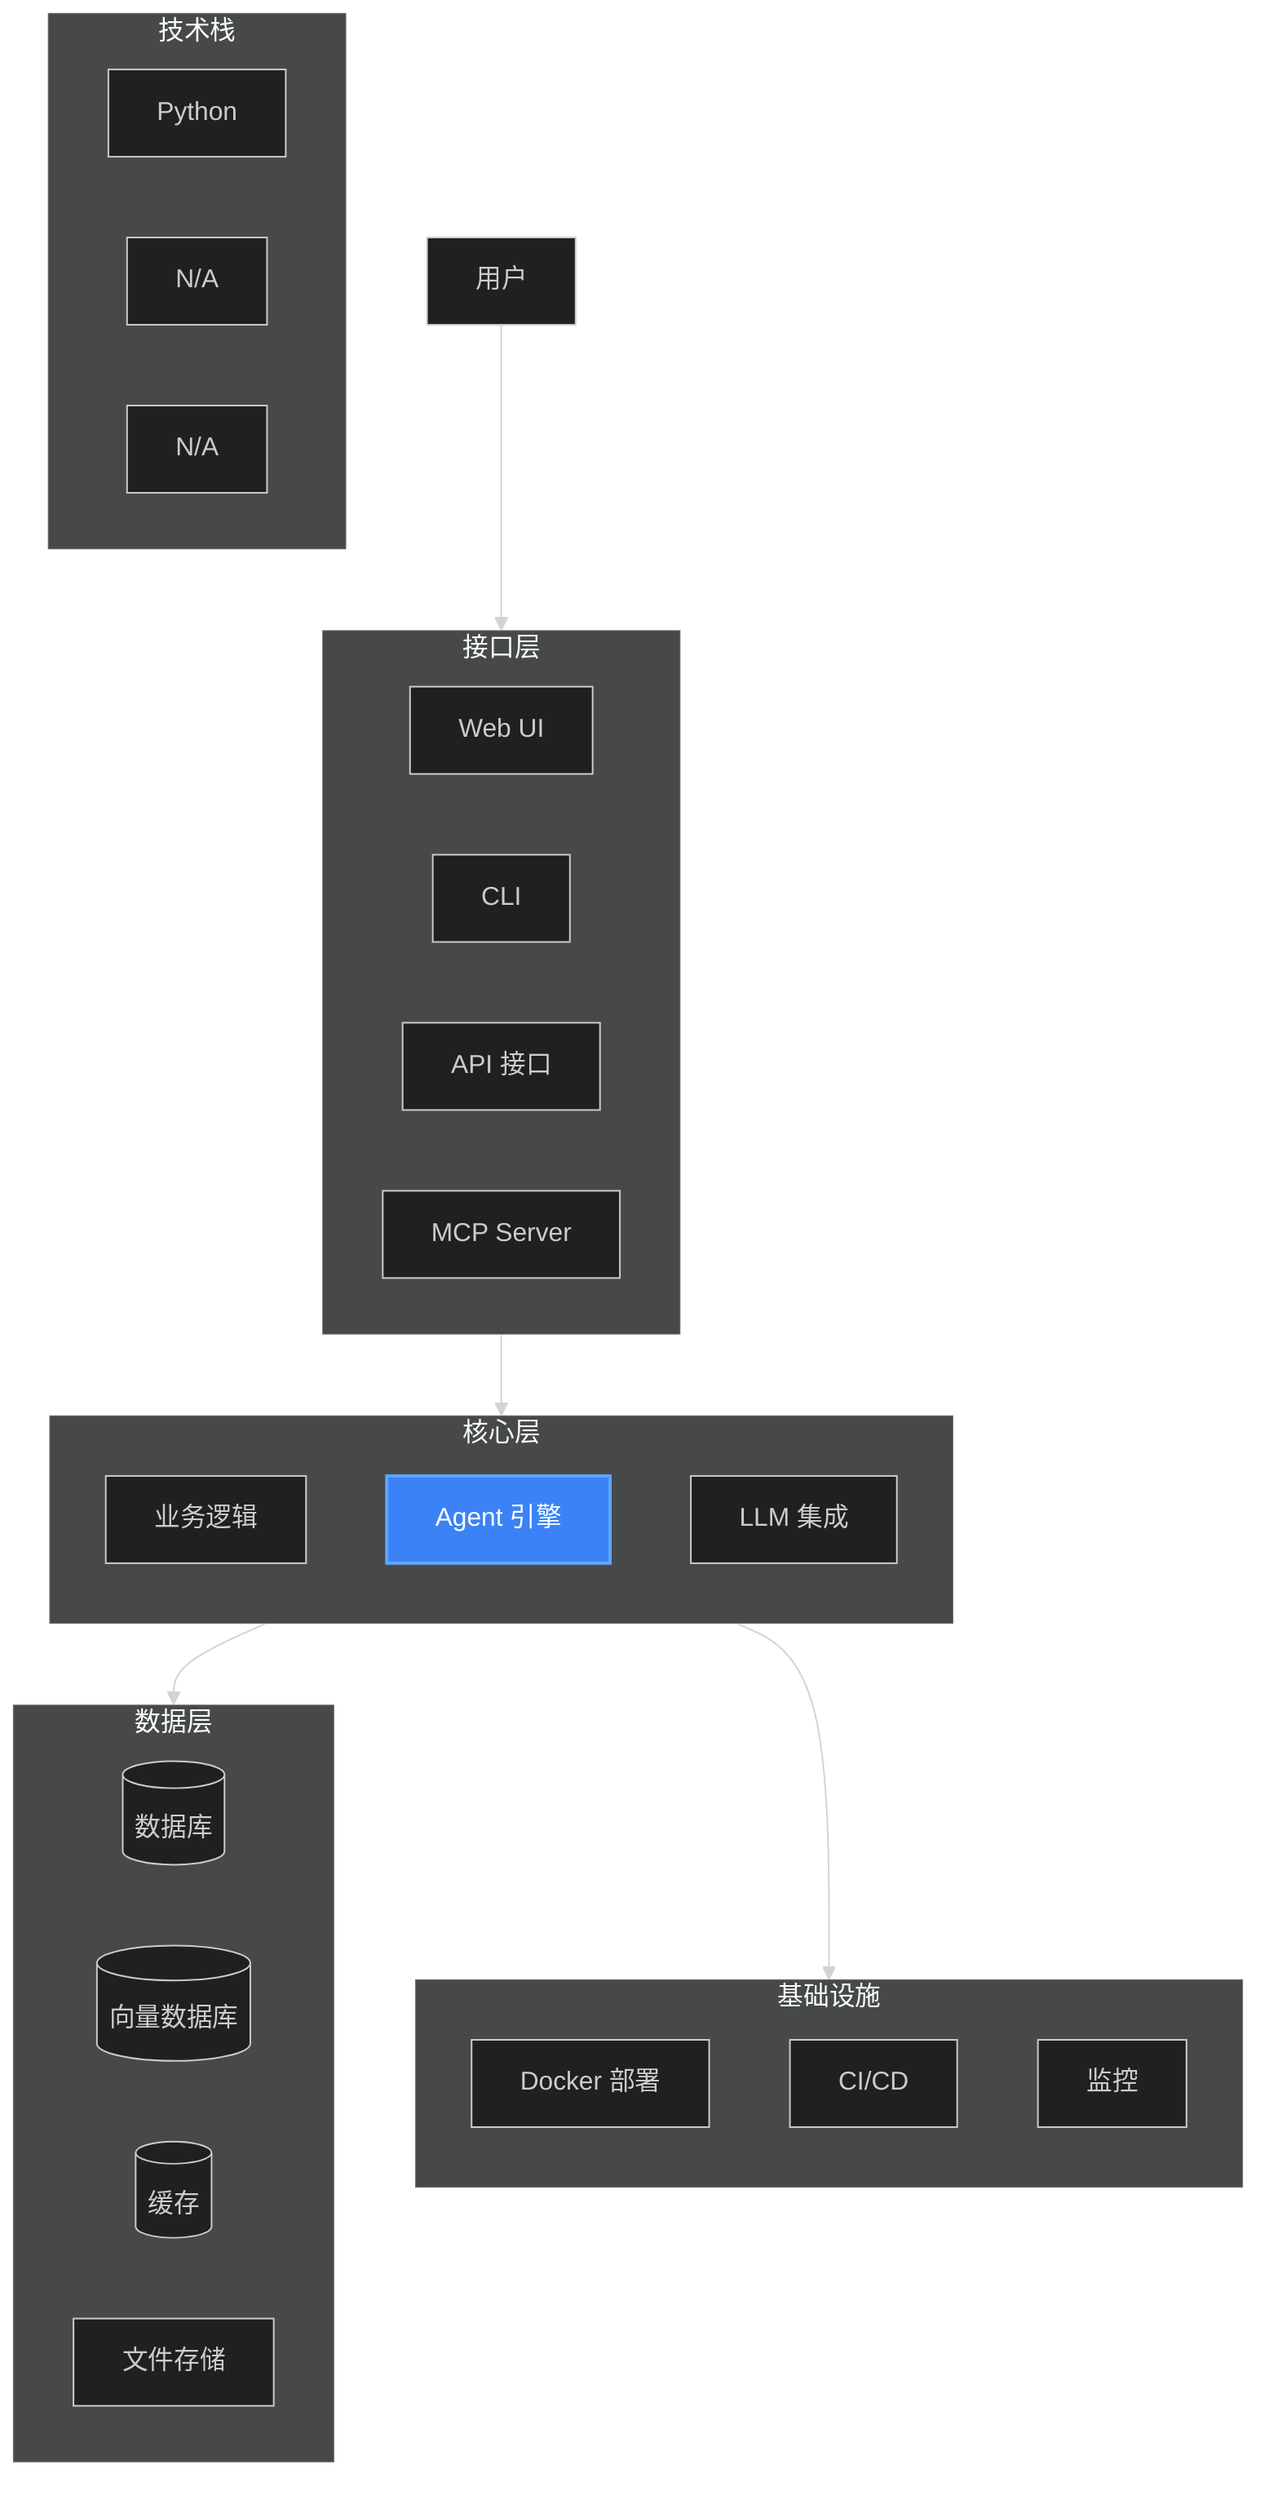
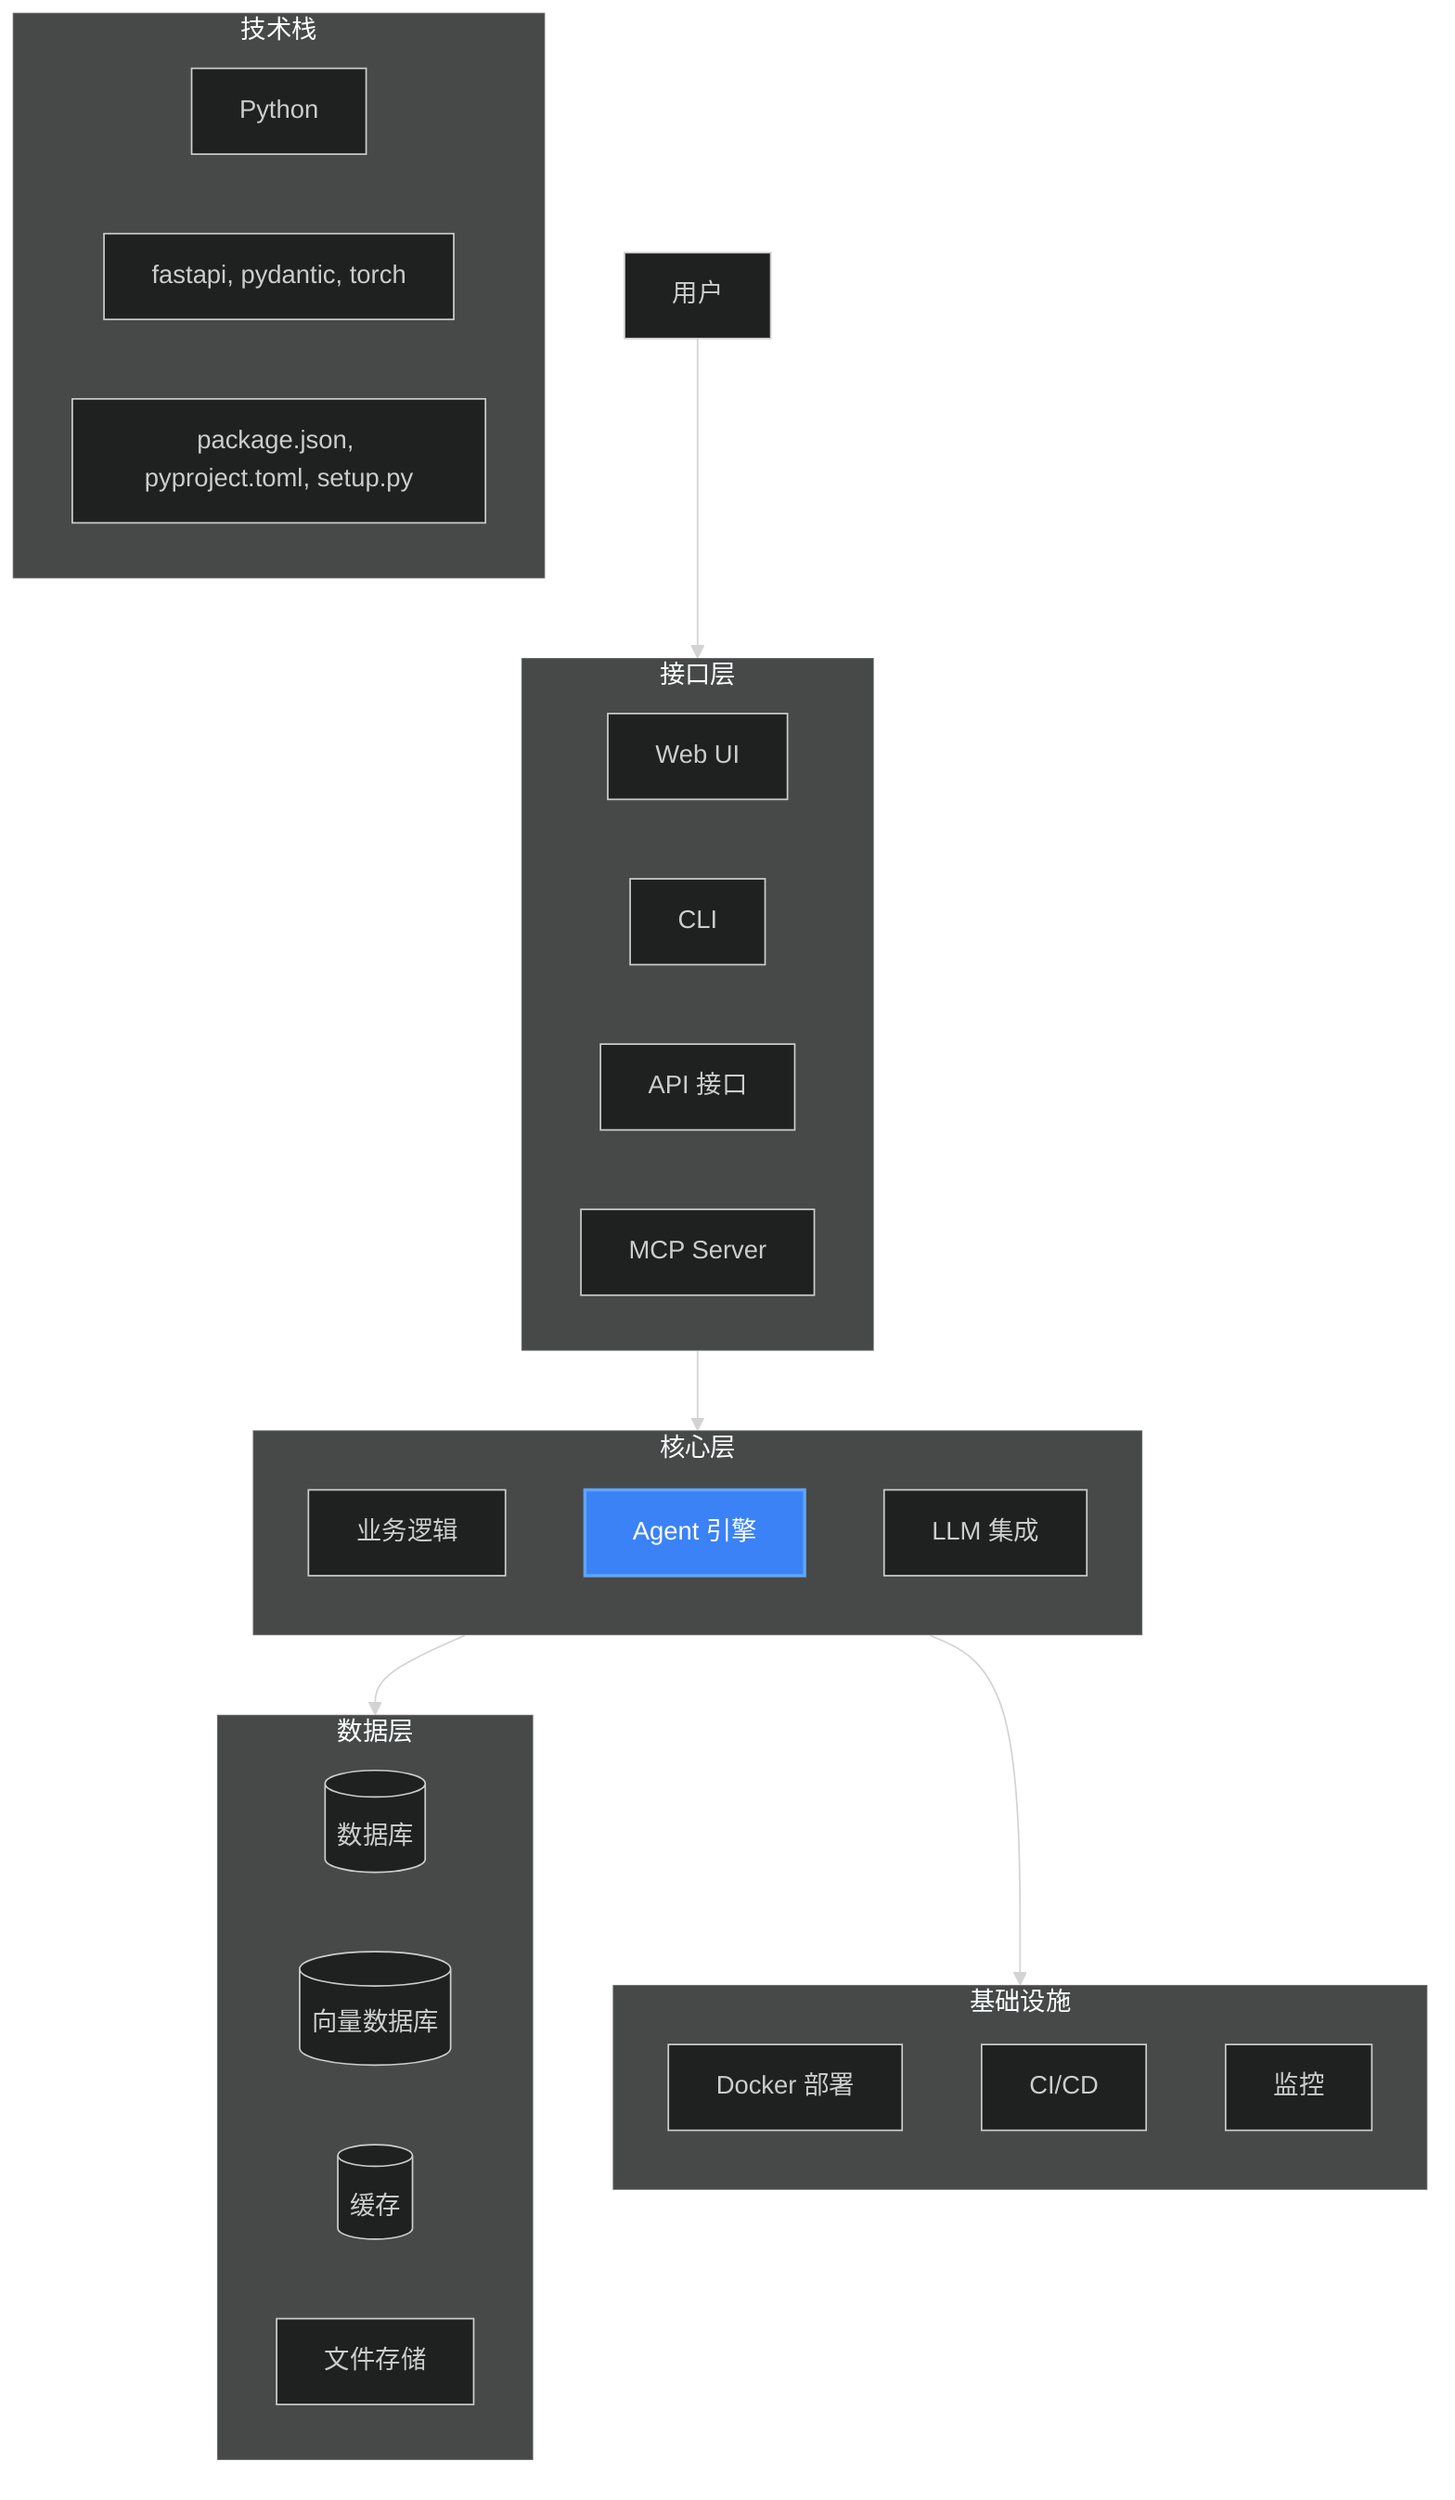
%%{init: {'theme': 'dark'}}%%
graph TB
    User[用户] --> Interface[接口层]

    subgraph Interface[接口层]
        direction LR
        WebUI[Web UI]
        CLI[CLI]
        API[API 接口]
        MCP[MCP Server]
    end

    subgraph Core[核心层]
        direction TB
        Business[业务逻辑]
        AgentEngine[Agent 引擎]:::highlight
        LLM[LLM 集成]
    end

    subgraph Data[数据层]
        direction LR
        Database[(数据库)]
        VectorDB[(向量数据库)]
        Cache[(缓存)]
        Files[文件存储]
    end

    subgraph Infra[基础设施]
        direction TB
        Docker[Docker 部署]
        CI/CD[CI/CD]
        Monitoring[监控]
    end

    Interface --> Core
    Core --> Data
    Core --> Infra

    classDef highlight fill:#3b82f6,stroke:#60a5fa,stroke-width:2px,color:white

    %% 技术栈信息
    subgraph TechStack[技术栈]
        direction LR
        Lang[Python]
-         FW[N/A]
-         Deps[N/A]
+         FW[fastapi, pydantic, torch]
+         Deps[package.json, pyproject.toml, setup.py]
    end
